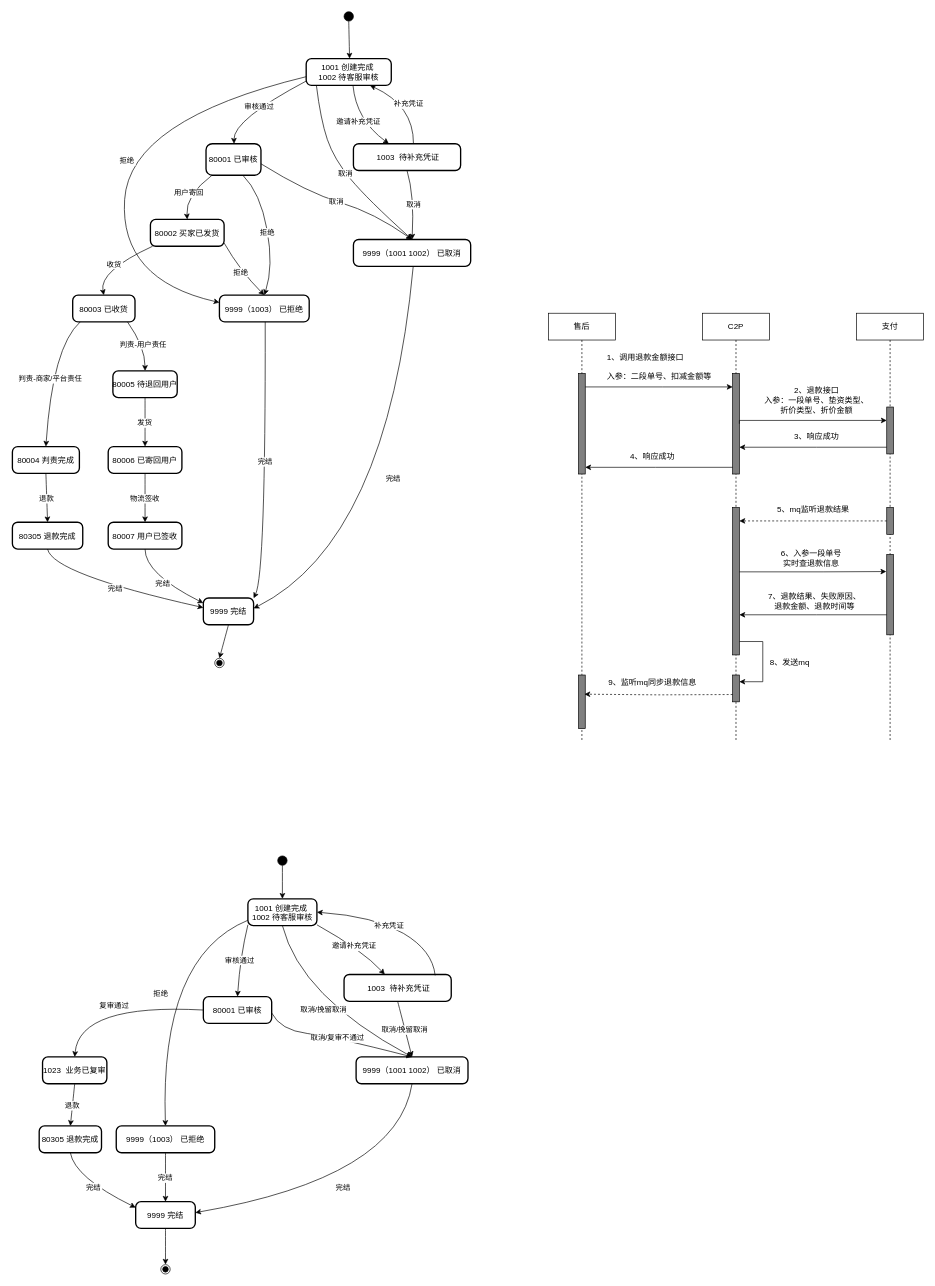
The draw.io diagram 售后单状态机.drawio in Eiji1422/diagrams, before the edit. Source tidied: cells renumbered, new cells numbered last; positions are measured from the earlier drawing's top-left corner, leaving out a move shared by most shapes. Both pictures are drawn from the tidied source at 67%, with x=0, y=0 at pixel (12, 11).
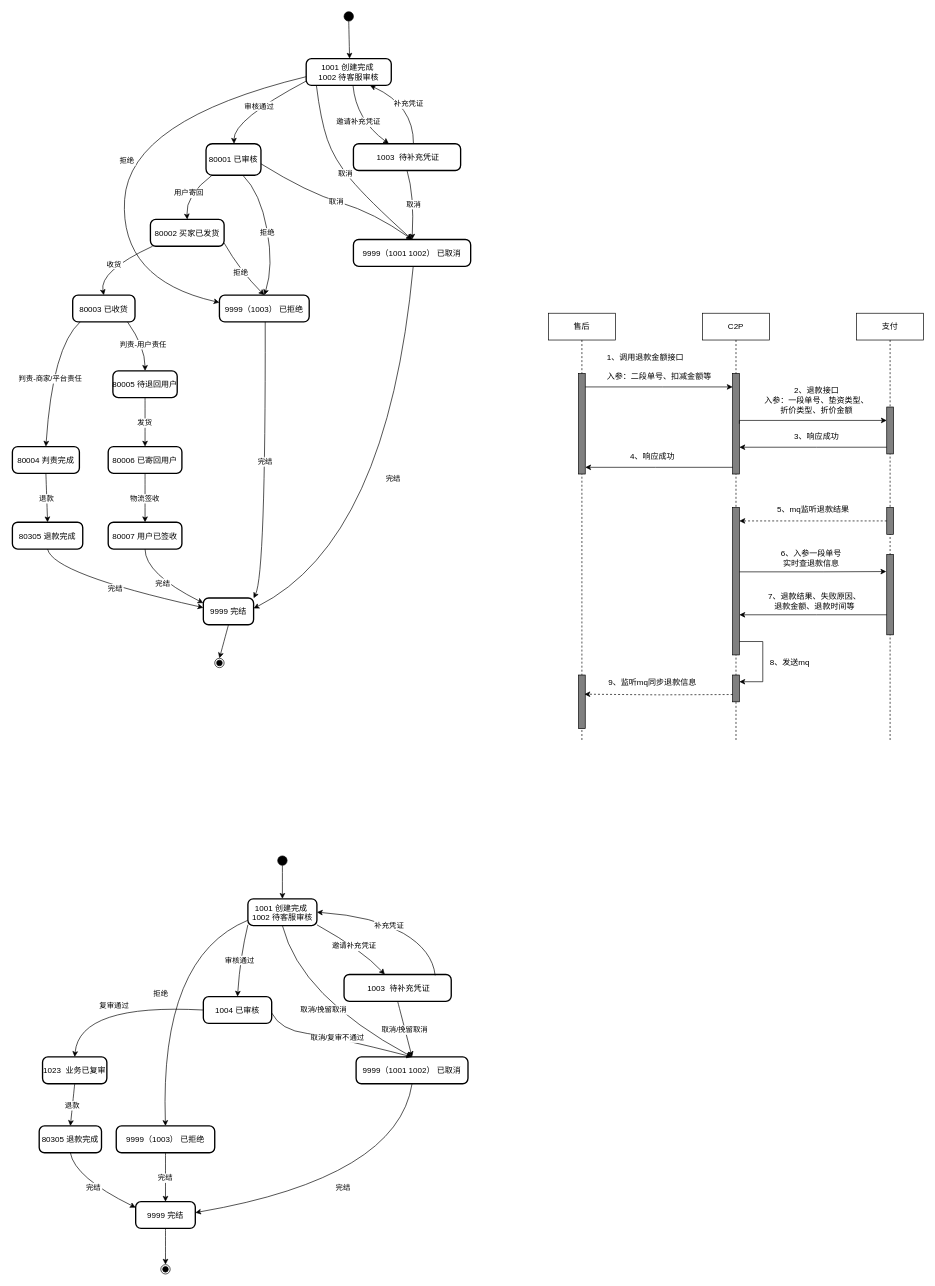
Above is the later version.

Commit message:
更新售后单状态机.drawio

What changed in the source:
```diff
@@
-    <mxCell id="44" value="80001 已审核" style="rounded=1;arcSize=20;strokeWidth=2;" parent="1" vertex="1">
+    <mxCell id="44" value="1004 已审核" style="rounded=1;arcSize=20;strokeWidth=2;" parent="1" vertex="1">
       <mxGeometry x="285" y="1470" width="102" height="40" as="geometry" />
     </mxCell>
```
